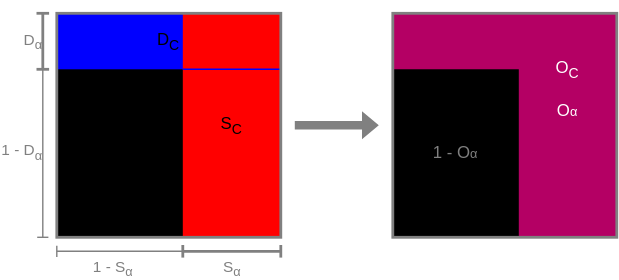
Above: wiki/blendover.svg in YoanWithY/kayo (draw.io), before the change. Source tidied: cells renumbered, new cells last; positions are measured from the earlier drawing's top-left corner, leaving out a move shared by most shapes. Its diagram source:
```xml
<mxGraphModel>
  <root>
    <mxCell id="0" />
    <mxCell id="1" parent="0" />
    <mxCell id="2" style="rounded=0;whiteSpace=wrap;html=1;fillColor=#000000;strokeColor=none;" parent="1" vertex="1">
      <mxGeometry x="10" width="160" height="160" as="geometry" />
    </mxCell>
    <mxCell id="3" style="endArrow=baseDash;html=1;startArrow=baseDash;startFill=0;endFill=0;jumpSize=6;strokeColor=#808080;strokeWidth=2;" parent="1" edge="1">
      <mxGeometry relative="1" as="geometry">
        <mxPoint y="40" as="sourcePoint" />
        <mxPoint as="targetPoint" />
      </mxGeometry>
    </mxCell>
    <mxCell id="4" value="D&lt;sub&gt;α&lt;/sub&gt;" style="edgeLabel;html=1;align=right;verticalAlign=middle;labelBackgroundColor=none;fontColor=#808080;spacing=2;" parent="3" vertex="1">
      <mxGeometry x="-0.26" y="-1" relative="1" as="geometry">
        <mxPoint x="-1" y="-5" as="offset" />
      </mxGeometry>
    </mxCell>
    <mxCell id="5" value="D&lt;sub&gt;C&lt;/sub&gt;" style="rounded=0;whiteSpace=wrap;html=1;fillColor=#0000FF;strokeColor=none;fillStyle=auto;" parent="1" vertex="1">
      <mxGeometry x="10" width="160" height="40" as="geometry" />
    </mxCell>
    <mxCell id="6" value="S&lt;sub&gt;C&lt;/sub&gt;" style="rounded=0;whiteSpace=wrap;html=1;fillColor=#FF0000;strokeColor=none;fillStyle=auto;" parent="1" vertex="1">
      <mxGeometry x="100" width="70" height="160" as="geometry" />
    </mxCell>
    <mxCell id="7" style="endArrow=baseDash;html=1;startArrow=baseDash;startFill=0;endFill=0;jumpSize=6;strokeColor=#808080;strokeWidth=2;" parent="1" edge="1">
      <mxGeometry relative="1" as="geometry">
        <mxPoint x="170" y="170" as="sourcePoint" />
        <mxPoint x="100" y="170" as="targetPoint" />
      </mxGeometry>
    </mxCell>
    <mxCell id="8" value="S&lt;sub&gt;α&lt;/sub&gt;" style="edgeLabel;html=1;align=center;verticalAlign=top;labelBackgroundColor=none;fontColor=#808080;spacing=0;" parent="7" vertex="1">
      <mxGeometry x="-0.26" y="-1" relative="1" as="geometry">
        <mxPoint x="-9" y="1" as="offset" />
      </mxGeometry>
    </mxCell>
    <mxCell id="9" style="rounded=0;whiteSpace=wrap;html=1;fillColor=#000000;strokeColor=none;" parent="1" vertex="1">
      <mxGeometry x="250" width="160" height="160" as="geometry" />
    </mxCell>
    <mxCell id="10" style="shape=corner;whiteSpace=wrap;html=1;rounded=0;labelBackgroundColor=none;fillStyle=auto;strokeColor=none;strokeWidth=1;fillColor=#B40064;dx=40;dy=70;direction=south;" parent="1" vertex="1">
      <mxGeometry x="250" width="160" height="160" as="geometry" />
    </mxCell>
    <mxCell id="11" style="rounded=0;whiteSpace=wrap;html=1;fillColor=none;strokeColor=#808080;strokeWidth=2;perimeterSpacing=0;" parent="1" vertex="1">
      <mxGeometry x="250" width="160" height="160" as="geometry" />
    </mxCell>
    <mxCell id="12" style="shape=singleArrow;whiteSpace=wrap;html=1;rounded=0;labelBackgroundColor=none;fillStyle=auto;strokeColor=none;strokeWidth=2;fillColor=#808080;" parent="1" vertex="1">
      <mxGeometry x="180" y="70" width="60" height="20" as="geometry" />
    </mxCell>
    <mxCell id="13" style="endArrow=none;html=1;jumpSize=6;startFill=0;endFill=0;anchorPointDirection=0;orthogonal=0;entryX=1;entryY=1;entryDx=0;entryDy=0;exitX=0;exitY=0.25;exitDx=0;exitDy=0;rounded=0;strokeColor=#0000FF;" parent="1" edge="1" source="6" target="5">
      <mxGeometry relative="1" as="geometry" />
    </mxCell>
    <mxCell id="14" style="rounded=0;whiteSpace=wrap;html=1;fillColor=none;strokeColor=#808080;strokeWidth=2;perimeterSpacing=0;glass=0;" parent="1" vertex="1">
      <mxGeometry x="10" width="160" height="160" as="geometry" />
    </mxCell>
    <mxCell id="15" value="O&lt;sub&gt;C&lt;/sub&gt;" style="text;html=1;strokeColor=none;fillColor=none;align=center;verticalAlign=middle;whiteSpace=wrap;rounded=0;glass=0;labelBackgroundColor=none;fillStyle=auto;strokeWidth=1;fontColor=#FFFFFF;fontFamily=Helvetica;" parent="1" vertex="1">
      <mxGeometry x="340" y="30" width="70" height="20" as="geometry" />
    </mxCell>
    <mxCell id="16" value="O&lt;span style=&quot;font-size: 9.16667px; text-align: left;&quot;&gt;α&lt;/span&gt;" style="text;html=1;strokeColor=none;fillColor=none;align=center;verticalAlign=middle;whiteSpace=wrap;rounded=0;glass=0;labelBackgroundColor=none;fillStyle=auto;strokeWidth=1;fontColor=#FFFFFF;fontFamily=Helvetica;" parent="1" vertex="1">
      <mxGeometry x="340" y="60" width="70" height="20" as="geometry" />
    </mxCell>
    <mxCell id="17" style="endArrow=baseDash;html=1;startArrow=baseDash;startFill=0;endFill=0;jumpSize=6;strokeColor=#808080;" parent="1" edge="1">
      <mxGeometry relative="1" as="geometry">
        <mxPoint y="160" as="sourcePoint" />
        <mxPoint y="40" as="targetPoint" />
      </mxGeometry>
    </mxCell>
    <mxCell id="18" value="1 - D&lt;sub&gt;α&lt;/sub&gt;" style="edgeLabel;html=1;align=right;verticalAlign=middle;labelBackgroundColor=none;fontColor=#808080;spacing=2;" parent="17" vertex="1">
      <mxGeometry x="-0.26" y="-1" relative="1" as="geometry">
        <mxPoint x="-1" y="-16" as="offset" />
      </mxGeometry>
    </mxCell>
    <mxCell id="19" style="endArrow=baseDash;html=1;startArrow=baseDash;startFill=0;endFill=0;jumpSize=6;strokeColor=#808080;strokeWidth=1;" parent="1" edge="1">
      <mxGeometry relative="1" as="geometry">
        <mxPoint x="100" y="170" as="sourcePoint" />
        <mxPoint x="10" y="170" as="targetPoint" />
      </mxGeometry>
    </mxCell>
    <mxCell id="20" value="1 - S&lt;sub&gt;α&lt;/sub&gt;" style="edgeLabel;html=1;align=center;verticalAlign=top;labelBackgroundColor=none;fontColor=#808080;spacing=0;" parent="19" vertex="1">
      <mxGeometry x="-0.26" y="-1" relative="1" as="geometry">
        <mxPoint x="-17" y="1" as="offset" />
      </mxGeometry>
    </mxCell>
    <mxCell id="21" value="1 - O&lt;span style=&quot;font-size: 9.16667px; text-align: left;&quot;&gt;α&lt;/span&gt;" style="text;html=1;strokeColor=none;fillColor=none;align=center;verticalAlign=middle;whiteSpace=wrap;rounded=0;glass=0;labelBackgroundColor=none;fillStyle=auto;strokeWidth=1;fontColor=#808080;fontFamily=Helvetica;" parent="1" vertex="1">
      <mxGeometry x="260" y="90" width="70" height="20" as="geometry" />
    </mxCell>
  </root>
</mxGraphModel>
```
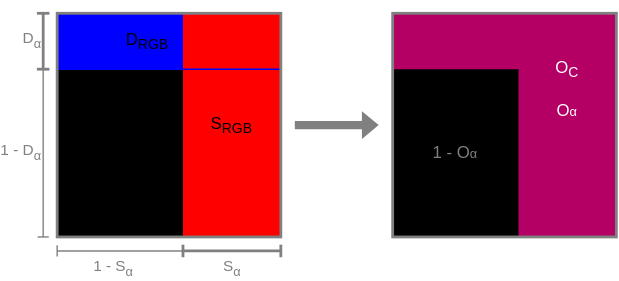
Above is the later version.

The edit, as a diff of the source:
```diff
@@ -16,10 +16,10 @@
         <mxPoint x="-1" y="-5" as="offset" />
       </mxGeometry>
     </mxCell>
-    <mxCell id="5" value="D&lt;sub&gt;C&lt;/sub&gt;" style="rounded=0;whiteSpace=wrap;html=1;fillColor=#0000FF;strokeColor=none;fillStyle=auto;" parent="1" vertex="1">
+    <mxCell id="5" value="D&lt;sub&gt;RGB&amp;nbsp; &amp;nbsp; &amp;nbsp; &amp;nbsp; &amp;nbsp; &amp;nbsp;&lt;/sub&gt;" style="rounded=0;whiteSpace=wrap;html=1;fillColor=#0000FF;strokeColor=none;fillStyle=auto;" parent="1" vertex="1">
       <mxGeometry x="10" width="160" height="40" as="geometry" />
     </mxCell>
-    <mxCell id="6" value="S&lt;sub&gt;C&lt;/sub&gt;" style="rounded=0;whiteSpace=wrap;html=1;fillColor=#FF0000;strokeColor=none;fillStyle=auto;" parent="1" vertex="1">
+    <mxCell id="6" value="S&lt;sub&gt;RGB&lt;/sub&gt;" style="rounded=0;whiteSpace=wrap;html=1;fillColor=#FF0000;strokeColor=none;fillStyle=auto;" parent="1" vertex="1">
       <mxGeometry x="100" width="70" height="160" as="geometry" />
     </mxCell>
     <mxCell id="7" style="endArrow=baseDash;html=1;startArrow=baseDash;startFill=0;endFill=0;jumpSize=6;strokeColor=#808080;strokeWidth=2;" parent="1" edge="1">
@@ -45,12 +45,9 @@
     <mxCell id="12" style="shape=singleArrow;whiteSpace=wrap;html=1;rounded=0;labelBackgroundColor=none;fillStyle=auto;strokeColor=none;strokeWidth=2;fillColor=#808080;" parent="1" vertex="1">
       <mxGeometry x="180" y="70" width="60" height="20" as="geometry" />
     </mxCell>
-    <mxCell id="13" style="endArrow=none;html=1;jumpSize=6;startFill=0;endFill=0;anchorPointDirection=0;orthogonal=0;entryX=1;entryY=1;entryDx=0;entryDy=0;exitX=0;exitY=0.25;exitDx=0;exitDy=0;rounded=0;strokeColor=#0000FF;" parent="1" edge="1" source="6" target="5">
+    <mxCell id="13" style="endArrow=none;html=1;jumpSize=6;startFill=0;endFill=0;anchorPointDirection=0;orthogonal=0;entryX=1;entryY=1;entryDx=0;entryDy=0;exitX=0;exitY=0.25;exitDx=0;exitDy=0;rounded=0;strokeColor=#0000FF;startArrow=none;" parent="1" edge="1" source="14" target="5">
       <mxGeometry relative="1" as="geometry" />
     </mxCell>
-    <mxCell id="14" style="rounded=0;whiteSpace=wrap;html=1;fillColor=none;strokeColor=#808080;strokeWidth=2;perimeterSpacing=0;glass=0;" parent="1" vertex="1">
-      <mxGeometry x="10" width="160" height="160" as="geometry" />
-    </mxCell>
     <mxCell id="15" value="O&lt;sub&gt;C&lt;/sub&gt;" style="text;html=1;strokeColor=none;fillColor=none;align=center;verticalAlign=middle;whiteSpace=wrap;rounded=0;glass=0;labelBackgroundColor=none;fillStyle=auto;strokeWidth=1;fontColor=#FFFFFF;fontFamily=Helvetica;" parent="1" vertex="1">
       <mxGeometry x="340" y="30" width="70" height="20" as="geometry" />
     </mxCell>
@@ -82,5 +79,8 @@
     <mxCell id="21" value="1 - O&lt;span style=&quot;font-size: 9.16667px; text-align: left;&quot;&gt;α&lt;/span&gt;" style="text;html=1;strokeColor=none;fillColor=none;align=center;verticalAlign=middle;whiteSpace=wrap;rounded=0;glass=0;labelBackgroundColor=none;fillStyle=auto;strokeWidth=1;fontColor=#808080;fontFamily=Helvetica;" parent="1" vertex="1">
       <mxGeometry x="260" y="90" width="70" height="20" as="geometry" />
     </mxCell>
+    <mxCell id="14" style="rounded=0;whiteSpace=wrap;html=1;fillColor=none;strokeColor=#808080;strokeWidth=2;perimeterSpacing=0;glass=0;" parent="1" vertex="1">
+      <mxGeometry x="10" width="160" height="160" as="geometry" />
+    </mxCell>
   </root>
 </mxGraphModel>
```
